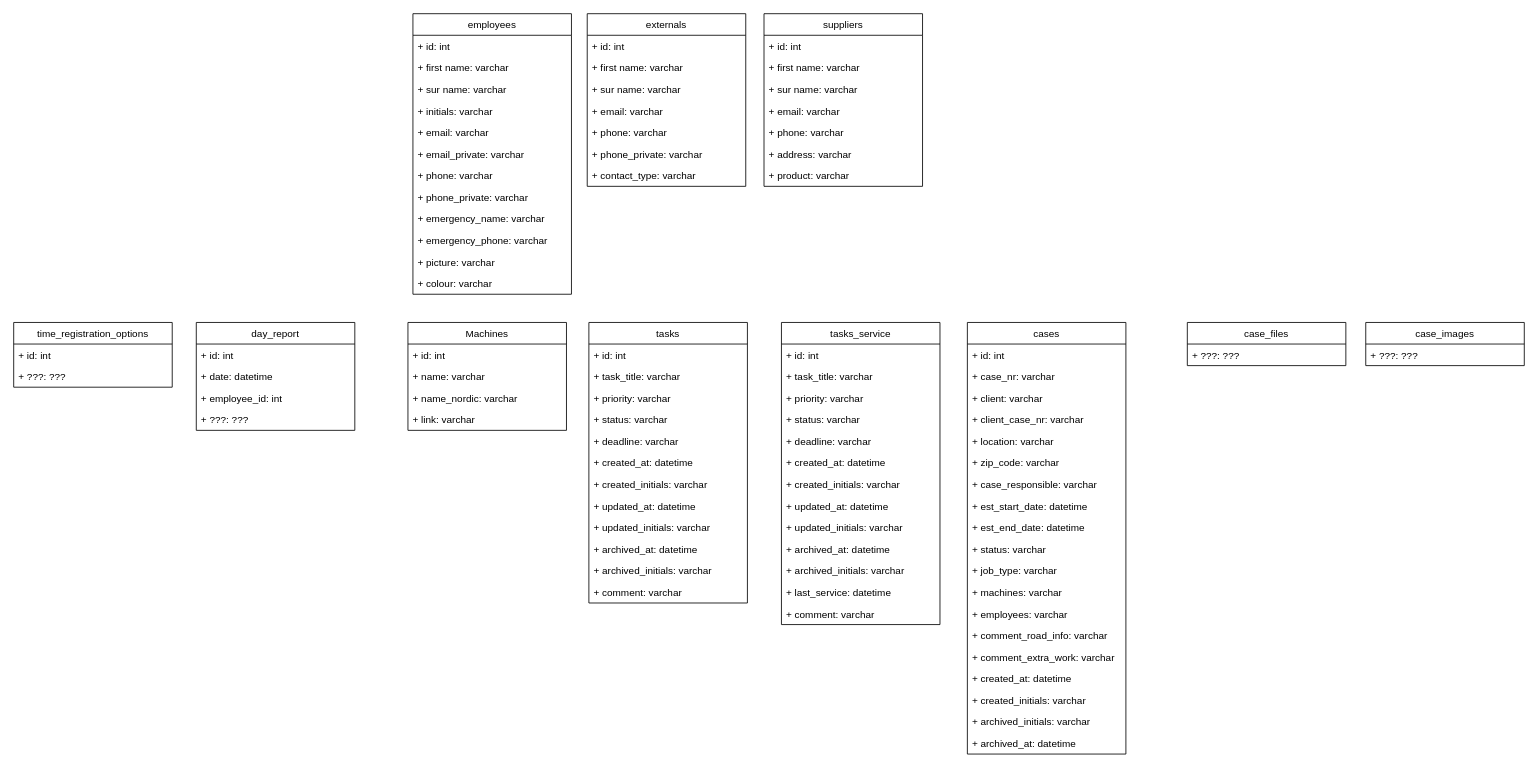
Earlier version of the draw.io diagram docs/database_structure.drawio (sejekaj1307/butler_hjemmeside). Source tidied: cells renumbered, new cells numbered last; positions are measured from the earlier drawing's top-left corner, leaving out a move shared by most shapes. Both pictures are drawn from the tidied source at 83%, with x=0, y=0 at pixel (13, 13).
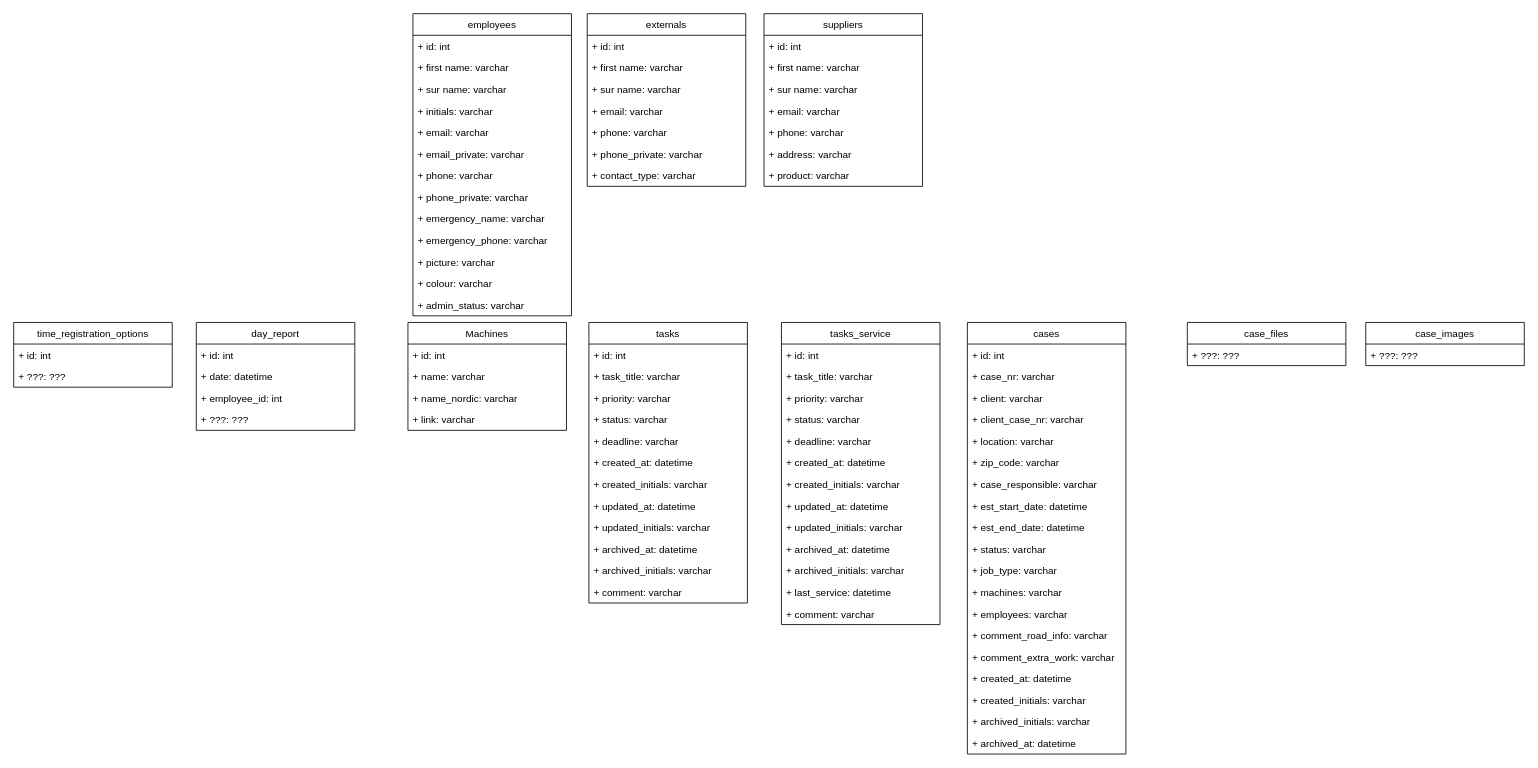
The same page after the edit.

What changed in the source:
```diff
@@
     <mxCell id="2" value="employees" style="swimlane;fontStyle=0;horizontal=1;startSize=26;fillColor=none;" parent="1" vertex="1">
-      <mxGeometry x="481" width="191" height="338" as="geometry" />
+      <mxGeometry x="481" width="191" height="364" as="geometry" />
     </mxCell>
@@
+    <mxCell id="95" value="+ colour: varchar" style="text;strokeColor=none;fillColor=none;align=left;verticalAlign=top;spacingLeft=4;spacingRight=4;overflow=hidden;" parent="2" vertex="1">
+      <mxGeometry y="312" width="191" height="26" as="geometry" />
+    </mxCell>
-    <mxCell id="14" value="+ colour: varchar" style="text;strokeColor=none;fillColor=none;align=left;verticalAlign=top;spacingLeft=4;spacingRight=4;overflow=hidden;" parent="2" vertex="1">
-      <mxGeometry y="312" width="191" height="26" as="geometry" />
+    <mxCell id="14" value="+ admin_status: varchar" style="text;strokeColor=none;fillColor=none;align=left;verticalAlign=top;spacingLeft=4;spacingRight=4;overflow=hidden;" parent="2" vertex="1">
+      <mxGeometry y="338" width="191" height="26" as="geometry" />
     </mxCell>
```
